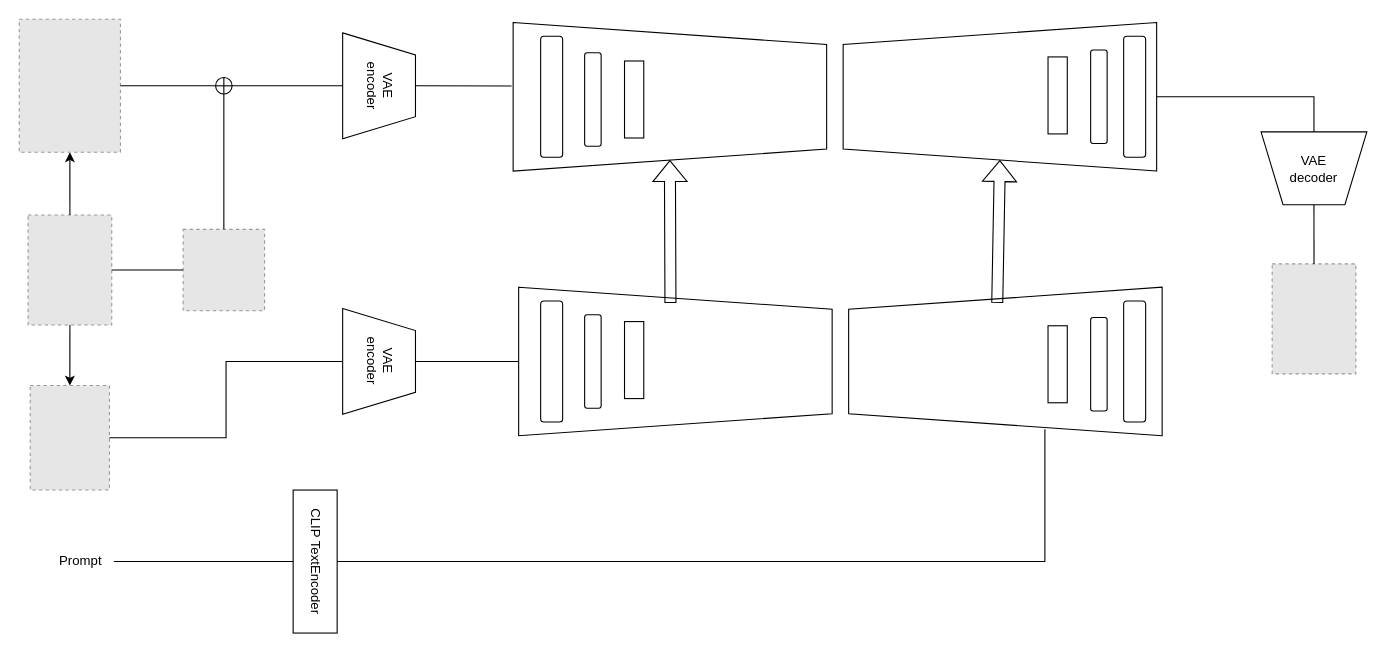
Earlier version of the draw.io diagram 未命名绘图.drawio (Sinon0919/SwartArt). Source tidied: cells renumbered, new cells numbered last; positions are measured from the earlier drawing's top-left corner, leaving out a move shared by most shapes. Both pictures are drawn from the tidied source at 110%, with x=0, y=0 at pixel (19, -61). Pictures stored in the file or linked from it are replaced by grey dashed boxes.
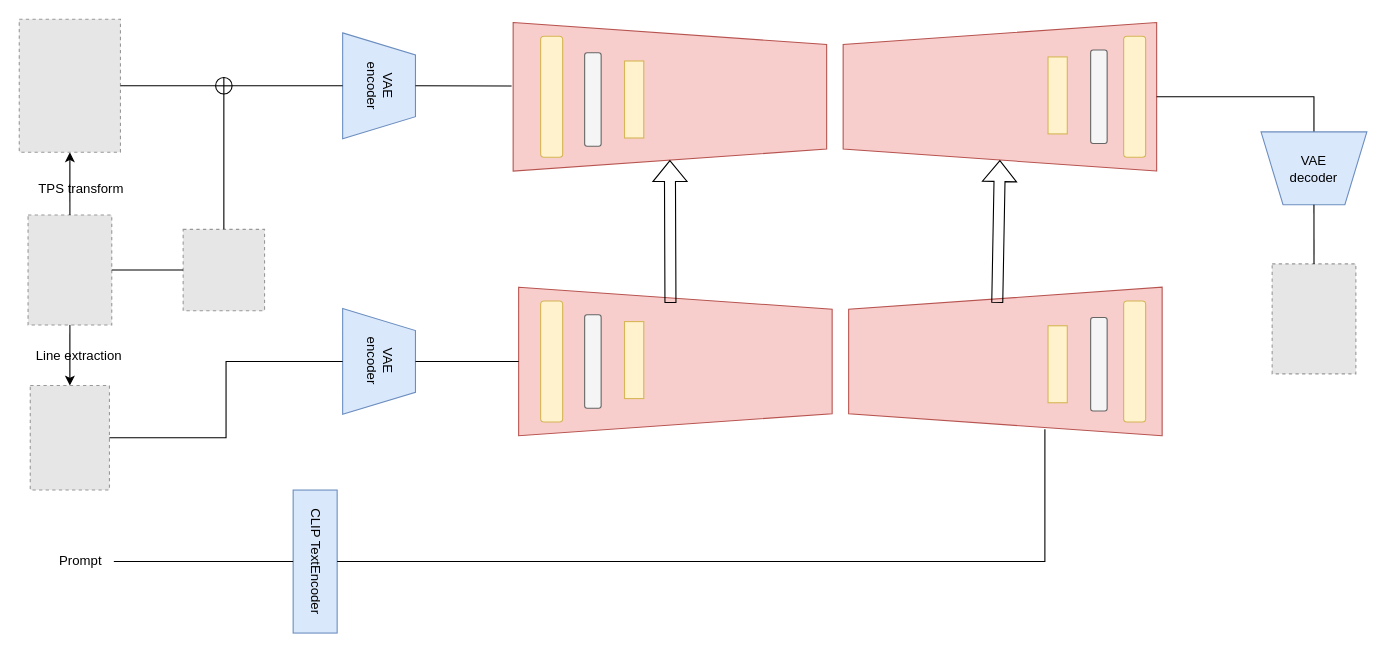
The same diagram, later.

Commit message (it also covers changes not shown here):
更新未命名绘图1.drawio

Diff of the diagram source:
```diff
@@
-    <mxCell id="2" style="shape=trapezoid;perimeter=trapezoidPerimeter;whiteSpace=wrap;html=1;fixedSize=1;rotation=90;" parent="1" vertex="1">
+    <mxCell id="2" style="shape=trapezoid;perimeter=trapezoidPerimeter;whiteSpace=wrap;html=1;fixedSize=1;rotation=90;fillColor=#f8cecc;strokeColor=#b85450;" parent="1" vertex="1">
       <mxGeometry x="524" width="135" height="285" as="geometry" />
     </mxCell>
-    <mxCell id="3" style="shape=trapezoid;perimeter=trapezoidPerimeter;whiteSpace=wrap;html=1;fixedSize=1;rotation=-90;" parent="1" vertex="1">
+    <mxCell id="3" style="shape=trapezoid;perimeter=trapezoidPerimeter;whiteSpace=wrap;html=1;fixedSize=1;rotation=-90;fillColor=#f8cecc;strokeColor=#b85450;" parent="1" vertex="1">
       <mxGeometry x="824" width="135" height="285" as="geometry" />
     </mxCell>
-    <mxCell id="4" style="shape=trapezoid;perimeter=trapezoidPerimeter;whiteSpace=wrap;html=1;fixedSize=1;rotation=90;" parent="1" vertex="1">
+    <mxCell id="4" style="shape=trapezoid;perimeter=trapezoidPerimeter;whiteSpace=wrap;html=1;fixedSize=1;rotation=90;fillColor=#f8cecc;strokeColor=#b85450;" parent="1" vertex="1">
       <mxGeometry x="529" y="240.6" width="135" height="285" as="geometry" />
     </mxCell>
-    <mxCell id="5" style="shape=trapezoid;perimeter=trapezoidPerimeter;whiteSpace=wrap;html=1;fixedSize=1;rotation=-90;" parent="1" vertex="1">
+    <mxCell id="5" style="shape=trapezoid;perimeter=trapezoidPerimeter;whiteSpace=wrap;html=1;fixedSize=1;rotation=-90;fillColor=#f8cecc;strokeColor=#b85450;" parent="1" vertex="1">
       <mxGeometry x="829" y="240.6" width="135" height="285" as="geometry" />
     </mxCell>
@@
-    <mxCell id="8" style="shape=trapezoid;perimeter=trapezoidPerimeter;whiteSpace=wrap;html=1;fixedSize=1;rotation=90;" parent="1" vertex="1">
+    <mxCell id="8" style="shape=trapezoid;perimeter=trapezoidPerimeter;whiteSpace=wrap;html=1;fixedSize=1;rotation=90;fillColor=#dae8fc;strokeColor=#6c8ebf;" parent="1" vertex="1">
       <mxGeometry x="279" y="99.4" width="96.2" height="66.2" as="geometry" />
     </mxCell>
@@
-    <mxCell id="10" style="shape=trapezoid;perimeter=trapezoidPerimeter;whiteSpace=wrap;html=1;fixedSize=1;rotation=90;" parent="1" vertex="1">
+    <mxCell id="10" style="shape=trapezoid;perimeter=trapezoidPerimeter;whiteSpace=wrap;html=1;fixedSize=1;rotation=90;fillColor=#dae8fc;strokeColor=#6c8ebf;" parent="1" vertex="1">
       <mxGeometry x="279" y="350" width="96.2" height="66.2" as="geometry" />
     </mxCell>
@@
-    <mxCell id="20" style="rounded=0;whiteSpace=wrap;html=1;" parent="1" vertex="1">
+    <mxCell id="20" style="rounded=0;whiteSpace=wrap;html=1;fillColor=#dae8fc;strokeColor=#6c8ebf;" parent="1" vertex="1">
       <mxGeometry x="249" y="500" width="40" height="130" as="geometry" />
     </mxCell>
@@
     <mxCell id="23" value="CLIP TextEncoder" style="text;strokeColor=none;align=center;fillColor=none;html=1;verticalAlign=middle;whiteSpace=wrap;rounded=0;textDirection=vertical-lr;" parent="1" vertex="1">
-      <mxGeometry x="193.5" y="485" width="150" height="160" as="geometry" />
+      <mxGeometry x="194" y="485" width="150" height="160" as="geometry" />
     </mxCell>
@@
-    <mxCell id="31" style="rounded=1;whiteSpace=wrap;html=1;rotation=90;" parent="1" vertex="1">
+    <mxCell id="31" style="rounded=1;whiteSpace=wrap;html=1;rotation=90;fillColor=#fff2cc;strokeColor=#d6b656;" parent="1" vertex="1">
       <mxGeometry x="429" y="132.5" width="110" height="20" as="geometry" />
     </mxCell>
-    <mxCell id="32" style="rounded=1;whiteSpace=wrap;html=1;rotation=90;" parent="1" vertex="1">
+    <mxCell id="32" style="rounded=1;whiteSpace=wrap;html=1;rotation=90;fillColor=#fff2cc;strokeColor=#d6b656;" parent="1" vertex="1">
       <mxGeometry x="429" y="373.1" width="110" height="20" as="geometry" />
     </mxCell>
-    <mxCell id="33" style="rounded=1;whiteSpace=wrap;html=1;rotation=90;" parent="1" vertex="1">
+    <mxCell id="33" style="rounded=1;whiteSpace=wrap;html=1;rotation=90;fillColor=#fff2cc;strokeColor=#d6b656;" parent="1" vertex="1">
       <mxGeometry x="959" y="132.5" width="110" height="20" as="geometry" />
     </mxCell>
-    <mxCell id="34" style="rounded=1;whiteSpace=wrap;html=1;rotation=90;" parent="1" vertex="1">
+    <mxCell id="34" style="rounded=1;whiteSpace=wrap;html=1;rotation=90;fillColor=#fff2cc;strokeColor=#d6b656;" parent="1" vertex="1">
       <mxGeometry x="959" y="373.1" width="110" height="20" as="geometry" />
     </mxCell>
-    <mxCell id="35" style="rounded=1;whiteSpace=wrap;html=1;rotation=90;" parent="1" vertex="1">
+    <mxCell id="35" style="rounded=1;whiteSpace=wrap;html=1;rotation=90;fillColor=#f5f5f5;fontColor=#333333;strokeColor=#666666;" parent="1" vertex="1">
       <mxGeometry x="479" y="137.5" width="85" height="15" as="geometry" />
     </mxCell>
-    <mxCell id="36" style="rounded=1;whiteSpace=wrap;html=1;rotation=90;" parent="1" vertex="1">
+    <mxCell id="36" style="rounded=1;whiteSpace=wrap;html=1;rotation=90;fillColor=#f5f5f5;fontColor=#333333;strokeColor=#666666;" parent="1" vertex="1">
       <mxGeometry x="479" y="375.6" width="85" height="15" as="geometry" />
     </mxCell>
-    <mxCell id="37" style="rounded=1;whiteSpace=wrap;html=1;rotation=90;" parent="1" vertex="1">
+    <mxCell id="37" style="rounded=1;whiteSpace=wrap;html=1;rotation=90;fillColor=#f5f5f5;fontColor=#333333;strokeColor=#666666;" parent="1" vertex="1">
       <mxGeometry x="939" y="135" width="85" height="15" as="geometry" />
     </mxCell>
-    <mxCell id="38" style="rounded=1;whiteSpace=wrap;html=1;rotation=90;" parent="1" vertex="1">
+    <mxCell id="38" style="rounded=1;whiteSpace=wrap;html=1;rotation=90;fillColor=#f5f5f5;fontColor=#333333;strokeColor=#666666;" parent="1" vertex="1">
       <mxGeometry x="939" y="378.1" width="85" height="15" as="geometry" />
     </mxCell>
-    <mxCell id="39" style="rounded=0;whiteSpace=wrap;html=1;rotation=90;" parent="1" vertex="1">
+    <mxCell id="39" style="rounded=0;whiteSpace=wrap;html=1;rotation=90;fillColor=#fff2cc;strokeColor=#d6b656;" parent="1" vertex="1">
       <mxGeometry x="524" y="136.2" width="70" height="17.5" as="geometry" />
     </mxCell>
-    <mxCell id="40" style="rounded=0;whiteSpace=wrap;html=1;rotation=90;" parent="1" vertex="1">
+    <mxCell id="40" style="rounded=0;whiteSpace=wrap;html=1;rotation=90;fillColor=#fff2cc;strokeColor=#d6b656;" parent="1" vertex="1">
       <mxGeometry x="909" y="132.5" width="70" height="17.5" as="geometry" />
     </mxCell>
-    <mxCell id="41" style="rounded=0;whiteSpace=wrap;html=1;rotation=90;" parent="1" vertex="1">
+    <mxCell id="41" style="rounded=0;whiteSpace=wrap;html=1;rotation=90;fillColor=#fff2cc;strokeColor=#d6b656;" parent="1" vertex="1">
       <mxGeometry x="524" y="373.1" width="70" height="17.5" as="geometry" />
     </mxCell>
-    <mxCell id="42" style="rounded=0;whiteSpace=wrap;html=1;rotation=90;" parent="1" vertex="1">
+    <mxCell id="42" style="rounded=0;whiteSpace=wrap;html=1;rotation=90;fillColor=#fff2cc;strokeColor=#d6b656;" parent="1" vertex="1">
       <mxGeometry x="909" y="376.9" width="70" height="17.5" as="geometry" />
     </mxCell>
-    <mxCell id="43" style="shape=trapezoid;perimeter=trapezoidPerimeter;whiteSpace=wrap;html=1;fixedSize=1;rotation=-180;" parent="1" vertex="1">
+    <mxCell id="43" style="shape=trapezoid;perimeter=trapezoidPerimeter;whiteSpace=wrap;html=1;fixedSize=1;rotation=-180;fillColor=#dae8fc;strokeColor=#6c8ebf;" parent="1" vertex="1">
       <mxGeometry x="1128.9" y="174.4" width="96.2" height="66.2" as="geometry" />
     </mxCell>
@@
+    <mxCell id="48" value="TPS transform" style="text;strokeColor=none;align=center;fillColor=none;html=1;verticalAlign=middle;whiteSpace=wrap;rounded=0;" parent="1" vertex="1">
+      <mxGeometry x="10" y="210.6" width="93" height="30" as="geometry" />
+    </mxCell>
+    <mxCell id="49" value="Line extraction" style="text;strokeColor=none;align=center;fillColor=none;html=1;verticalAlign=middle;whiteSpace=wrap;rounded=0;" parent="1" vertex="1">
+      <mxGeometry x="8" y="363.1" width="93" height="30" as="geometry" />
+    </mxCell>
```
